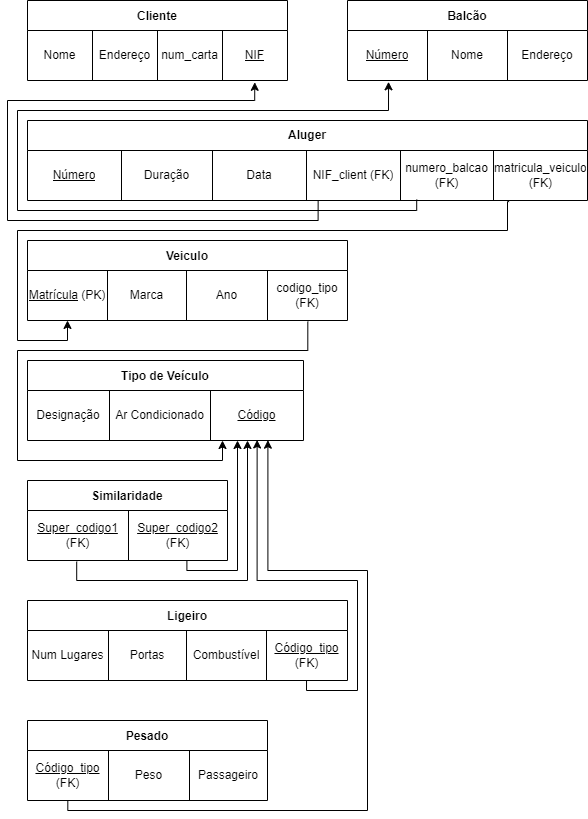
Before: P/P03/P03-3.1.drawio.png, a diagram exported from draw.io (RafaelCurado/BD-1). Source tidied: cells renumbered, new cells last; positions are measured from the earlier drawing's top-left corner, leaving out a move shared by most shapes. The source it was exported from:
```xml
<mxGraphModel>
  <root>
    <mxCell id="0" />
    <mxCell id="1" parent="0" />
    <mxCell id="2" value="Cliente" style="shape=table;startSize=30;fontStyle=1;align=center;" parent="1" vertex="1">
      <mxGeometry x="20" width="260" height="80" as="geometry" />
    </mxCell>
    <mxCell id="3" style="shape=tableRow;horizontal=0;startSize=0;swimlaneHead=0;swimlaneBody=0;top=0;left=0;bottom=0;right=0;fillColor=none;points=[[0,0.5],[1,0.5]];portConstraint=eastwest;" parent="2" vertex="1">
      <mxGeometry y="30" width="260" height="50" as="geometry" />
    </mxCell>
    <mxCell id="4" value="Nome" style="shape=partialRectangle;html=1;whiteSpace=wrap;fillColor=none;top=0;left=0;bottom=0;right=0;overflow=hidden;" parent="3" vertex="1">
      <mxGeometry width="65" height="50" as="geometry" />
    </mxCell>
    <mxCell id="5" value="Endereço" style="shape=partialRectangle;html=1;whiteSpace=wrap;fillColor=none;top=0;left=0;bottom=0;right=0;overflow=hidden;" parent="3" vertex="1">
      <mxGeometry x="65" width="65" height="50" as="geometry" />
    </mxCell>
    <mxCell id="6" value="num_carta" style="shape=partialRectangle;html=1;whiteSpace=wrap;fillColor=none;top=0;left=0;bottom=0;right=0;overflow=hidden;" parent="3" vertex="1">
      <mxGeometry x="130" width="65" height="50" as="geometry" />
    </mxCell>
    <mxCell id="7" value="&lt;u&gt;NIF&lt;/u&gt;" style="shape=partialRectangle;html=1;whiteSpace=wrap;fillColor=none;top=0;left=0;bottom=0;right=0;overflow=hidden;" parent="3" vertex="1">
      <mxGeometry x="195" width="65" height="50" as="geometry" />
    </mxCell>
    <mxCell id="8" value="Aluger" style="shape=table;startSize=30;fontStyle=1;align=center;whiteSpace=wrap;" parent="1" vertex="1">
      <mxGeometry x="20" y="120" width="560" height="80" as="geometry" />
    </mxCell>
    <mxCell id="9" style="shape=tableRow;horizontal=0;startSize=0;swimlaneHead=0;swimlaneBody=0;top=0;left=0;bottom=0;right=0;fillColor=none;points=[[0,0.5],[1,0.5]];portConstraint=eastwest;" parent="8" vertex="1">
      <mxGeometry y="30" width="560" height="50" as="geometry" />
    </mxCell>
    <mxCell id="10" value="&lt;u&gt;Número&lt;/u&gt;" style="shape=partialRectangle;html=1;whiteSpace=wrap;fillColor=none;top=0;left=0;bottom=0;right=0;overflow=hidden;" parent="9" vertex="1">
      <mxGeometry width="94" height="50" as="geometry" />
    </mxCell>
    <mxCell id="11" value="Duração" style="shape=partialRectangle;html=1;whiteSpace=wrap;fillColor=none;top=0;left=0;bottom=0;right=0;overflow=hidden;" parent="9" vertex="1">
      <mxGeometry x="94" width="91" height="50" as="geometry" />
    </mxCell>
    <mxCell id="12" value="Data" style="shape=partialRectangle;html=1;whiteSpace=wrap;fillColor=none;top=0;left=0;bottom=0;right=0;overflow=hidden;" parent="9" vertex="1">
      <mxGeometry x="185" width="94" height="50" as="geometry" />
    </mxCell>
    <mxCell id="13" value="NIF_client (FK)" style="shape=partialRectangle;html=1;whiteSpace=wrap;fillColor=none;top=0;left=0;bottom=0;right=0;overflow=hidden;" parent="9" vertex="1">
      <mxGeometry x="279" width="94" height="50" as="geometry" />
    </mxCell>
    <mxCell id="14" value="numero_balcao&lt;br&gt;(FK)" style="shape=partialRectangle;html=1;fillColor=none;top=0;left=0;bottom=0;right=0;overflow=hidden;whiteSpace=wrap;" parent="9" vertex="1">
      <mxGeometry x="373" width="93" height="50" as="geometry" />
    </mxCell>
    <mxCell id="15" value="matricula_veiculo&lt;br&gt;(FK)" style="shape=partialRectangle;html=1;whiteSpace=wrap;fillColor=none;top=0;left=0;bottom=0;right=0;overflow=hidden;" parent="9" vertex="1">
      <mxGeometry x="466" width="94" height="50" as="geometry" />
    </mxCell>
    <mxCell id="16" value="Balcão" style="shape=table;startSize=30;fontStyle=1;align=center;" parent="1" vertex="1">
      <mxGeometry x="340" width="240" height="80" as="geometry" />
    </mxCell>
    <mxCell id="17" style="shape=tableRow;horizontal=0;startSize=0;swimlaneHead=0;swimlaneBody=0;top=0;left=0;bottom=0;right=0;fillColor=none;points=[[0,0.5],[1,0.5]];portConstraint=eastwest;" parent="16" vertex="1">
      <mxGeometry y="30" width="240" height="50" as="geometry" />
    </mxCell>
    <mxCell id="18" value="&lt;u&gt;Número&lt;/u&gt;" style="shape=partialRectangle;html=1;whiteSpace=wrap;fillColor=none;top=0;left=0;bottom=0;right=0;overflow=hidden;" parent="17" vertex="1">
      <mxGeometry width="80" height="50" as="geometry" />
    </mxCell>
    <mxCell id="19" value="Nome" style="shape=partialRectangle;html=1;whiteSpace=wrap;fillColor=none;top=0;left=0;bottom=0;right=0;overflow=hidden;" parent="17" vertex="1">
      <mxGeometry x="80" width="80" height="50" as="geometry" />
    </mxCell>
    <mxCell id="20" value="Endereço" style="shape=partialRectangle;html=1;whiteSpace=wrap;fillColor=none;top=0;left=0;bottom=0;right=0;overflow=hidden;" parent="17" vertex="1">
      <mxGeometry x="160" width="80" height="50" as="geometry" />
    </mxCell>
    <mxCell id="21" value="Veiculo" style="shape=table;startSize=30;fontStyle=1;align=center;" parent="1" vertex="1">
      <mxGeometry x="20" y="240" width="320" height="80" as="geometry" />
    </mxCell>
    <mxCell id="22" style="shape=tableRow;horizontal=0;startSize=0;swimlaneHead=0;swimlaneBody=0;top=0;left=0;bottom=0;right=0;fillColor=none;points=[[0,0.5],[1,0.5]];portConstraint=eastwest;" parent="21" vertex="1">
      <mxGeometry y="30" width="320" height="50" as="geometry" />
    </mxCell>
    <mxCell id="23" value="&lt;u&gt;Matrícula&lt;/u&gt;&amp;nbsp;(PK)" style="shape=partialRectangle;html=1;whiteSpace=wrap;fillColor=none;top=0;left=0;bottom=0;right=0;overflow=hidden;" parent="22" vertex="1">
      <mxGeometry width="80" height="50" as="geometry" />
    </mxCell>
    <mxCell id="24" value="Marca" style="shape=partialRectangle;html=1;whiteSpace=wrap;fillColor=none;top=0;left=0;bottom=0;right=0;overflow=hidden;" parent="22" vertex="1">
      <mxGeometry x="80" width="79" height="50" as="geometry" />
    </mxCell>
    <mxCell id="25" value="Ano" style="shape=partialRectangle;html=1;whiteSpace=wrap;fillColor=none;top=0;left=0;bottom=0;right=0;overflow=hidden;" parent="22" vertex="1">
      <mxGeometry x="159" width="81" height="50" as="geometry" />
    </mxCell>
    <mxCell id="26" value="codigo_tipo (FK)" style="shape=partialRectangle;html=1;whiteSpace=wrap;fillColor=none;top=0;left=0;bottom=0;right=0;overflow=hidden;" parent="22" vertex="1">
      <mxGeometry x="240" width="80" height="50" as="geometry" />
    </mxCell>
    <mxCell id="27" value="Tipo de Veículo" style="shape=table;startSize=30;fontStyle=1;align=center;" parent="1" vertex="1">
      <mxGeometry x="20" y="360" width="276" height="80" as="geometry" />
    </mxCell>
    <mxCell id="28" style="shape=tableRow;horizontal=0;startSize=0;swimlaneHead=0;swimlaneBody=0;top=0;left=0;bottom=0;right=0;fillColor=none;points=[[0,0.5],[1,0.5]];portConstraint=eastwest;" parent="27" vertex="1">
      <mxGeometry y="30" width="276" height="50" as="geometry" />
    </mxCell>
    <mxCell id="29" value="Designação" style="shape=partialRectangle;html=1;whiteSpace=wrap;fillColor=none;top=0;left=0;bottom=0;right=0;overflow=hidden;" parent="28" vertex="1">
      <mxGeometry width="82" height="50" as="geometry" />
    </mxCell>
    <mxCell id="30" value="Ar Condicionado" style="shape=partialRectangle;html=1;whiteSpace=wrap;fillColor=none;top=0;left=0;bottom=0;right=0;overflow=hidden;" parent="28" vertex="1">
      <mxGeometry x="82" width="101" height="50" as="geometry" />
    </mxCell>
    <mxCell id="31" value="&lt;u&gt;Código&lt;/u&gt;" style="shape=partialRectangle;html=1;whiteSpace=wrap;fillColor=none;top=0;left=0;bottom=0;right=0;overflow=hidden;" parent="28" vertex="1">
      <mxGeometry x="183" width="93" height="50" as="geometry" />
    </mxCell>
    <mxCell id="32" value="Ligeiro" style="shape=table;startSize=30;fontStyle=1;align=center;" parent="1" vertex="1">
      <mxGeometry x="20" y="600" width="320" height="80" as="geometry" />
    </mxCell>
    <mxCell id="33" style="shape=tableRow;horizontal=0;startSize=0;swimlaneHead=0;swimlaneBody=0;top=0;left=0;bottom=0;right=0;fillColor=none;points=[[0,0.5],[1,0.5]];portConstraint=eastwest;" parent="32" vertex="1">
      <mxGeometry y="30" width="320" height="50" as="geometry" />
    </mxCell>
    <mxCell id="34" value="Num Lugares" style="shape=partialRectangle;html=1;whiteSpace=wrap;fillColor=none;top=0;left=0;bottom=0;right=0;overflow=hidden;" parent="33" vertex="1">
      <mxGeometry width="81" height="50" as="geometry" />
    </mxCell>
    <mxCell id="35" value="Portas" style="shape=partialRectangle;html=1;whiteSpace=wrap;fillColor=none;top=0;left=0;bottom=0;right=0;overflow=hidden;" parent="33" vertex="1">
      <mxGeometry x="81" width="78" height="50" as="geometry" />
    </mxCell>
    <mxCell id="36" value="Combustível" style="shape=partialRectangle;html=1;whiteSpace=wrap;fillColor=none;top=0;left=0;bottom=0;right=0;overflow=hidden;" parent="33" vertex="1">
      <mxGeometry x="159" width="80" height="50" as="geometry" />
    </mxCell>
    <mxCell id="37" value="&lt;u&gt;Código_tipo&lt;br&gt;&lt;/u&gt;(FK)" style="shape=partialRectangle;html=1;whiteSpace=wrap;fillColor=none;top=0;left=0;bottom=0;right=0;overflow=hidden;" parent="33" vertex="1">
      <mxGeometry x="239" width="81" height="50" as="geometry" />
    </mxCell>
    <mxCell id="38" value="Pesado" style="shape=table;startSize=30;fontStyle=1;align=center;" parent="1" vertex="1">
      <mxGeometry x="20" y="720" width="240" height="80" as="geometry" />
    </mxCell>
    <mxCell id="39" style="shape=tableRow;horizontal=0;startSize=0;swimlaneHead=0;swimlaneBody=0;top=0;left=0;bottom=0;right=0;fillColor=none;points=[[0,0.5],[1,0.5]];portConstraint=eastwest;" parent="38" vertex="1">
      <mxGeometry y="30" width="240" height="50" as="geometry" />
    </mxCell>
    <mxCell id="40" value="&lt;u&gt;Código_tipo&lt;/u&gt;&lt;br&gt;(FK)" style="shape=partialRectangle;html=1;whiteSpace=wrap;fillColor=none;top=0;left=0;bottom=0;right=0;overflow=hidden;" parent="39" vertex="1">
      <mxGeometry width="81" height="50" as="geometry" />
    </mxCell>
    <mxCell id="41" value="Peso" style="shape=partialRectangle;html=1;whiteSpace=wrap;fillColor=none;top=0;left=0;bottom=0;right=0;overflow=hidden;" parent="39" vertex="1">
      <mxGeometry x="81" width="81" height="50" as="geometry" />
    </mxCell>
    <mxCell id="42" value="Passageiro" style="shape=partialRectangle;html=1;whiteSpace=wrap;fillColor=none;top=0;left=0;bottom=0;right=0;overflow=hidden;" parent="39" vertex="1">
      <mxGeometry x="162" width="78" height="50" as="geometry" />
    </mxCell>
    <mxCell id="43" style="endArrow=classic;html=1;rounded=0;entryX=0.874;entryY=1.036;entryDx=0;entryDy=0;entryPerimeter=0;edgeStyle=orthogonalEdgeStyle;exitX=0.519;exitY=0.993;exitDx=0;exitDy=0;exitPerimeter=0;" parent="1" edge="1" source="9" target="3">
      <mxGeometry relative="1" as="geometry">
        <Array as="points">
          <mxPoint x="311" y="220" />
          <mxPoint y="220" />
          <mxPoint y="100" />
          <mxPoint x="247" y="100" />
        </Array>
      </mxGeometry>
    </mxCell>
    <mxCell id="44" style="endArrow=classic;html=1;rounded=0;edgeStyle=orthogonalEdgeStyle;exitX=0.86;exitY=1.022;exitDx=0;exitDy=0;exitPerimeter=0;entryX=0.125;entryY=0.999;entryDx=0;entryDy=0;entryPerimeter=0;" parent="1" edge="1" source="9" target="22">
      <mxGeometry relative="1" as="geometry">
        <Array as="points">
          <mxPoint x="500" y="201" />
          <mxPoint x="500" y="230" />
          <mxPoint x="10" y="230" />
          <mxPoint x="10" y="340" />
          <mxPoint x="60" y="340" />
        </Array>
      </mxGeometry>
    </mxCell>
    <mxCell id="45" style="endArrow=classic;html=1;rounded=0;entryX=0.171;entryY=1.026;entryDx=0;entryDy=0;entryPerimeter=0;edgeStyle=orthogonalEdgeStyle;exitX=0.695;exitY=0.981;exitDx=0;exitDy=0;exitPerimeter=0;" parent="1" edge="1" source="9" target="17">
      <mxGeometry relative="1" as="geometry">
        <Array as="points">
          <mxPoint x="409" y="210" />
          <mxPoint x="10" y="210" />
          <mxPoint x="10" y="110" />
          <mxPoint x="381" y="110" />
        </Array>
      </mxGeometry>
    </mxCell>
    <mxCell id="46" style="edgeStyle=orthogonalEdgeStyle;rounded=0;jettySize=auto;html=1;exitX=0.876;exitY=1.022;exitDx=0;exitDy=0;exitPerimeter=0;" parent="1" edge="1" source="22">
      <mxGeometry relative="1" as="geometry">
        <mxPoint x="215" y="440" as="targetPoint" />
        <Array as="points">
          <mxPoint x="300" y="350" />
          <mxPoint x="10" y="350" />
          <mxPoint x="10" y="460" />
          <mxPoint x="215" y="460" />
        </Array>
      </mxGeometry>
    </mxCell>
    <mxCell id="47" value="Similaridade" style="shape=table;startSize=30;fontStyle=1;align=center;" parent="1" vertex="1">
      <mxGeometry x="20" y="480" width="200" height="80" as="geometry" />
    </mxCell>
    <mxCell id="48" style="shape=tableRow;horizontal=0;startSize=0;swimlaneHead=0;swimlaneBody=0;top=0;left=0;bottom=0;right=0;fillColor=none;points=[[0,0.5],[1,0.5]];portConstraint=eastwest;" parent="47" vertex="1">
      <mxGeometry y="30" width="200" height="50" as="geometry" />
    </mxCell>
    <mxCell id="49" value="&lt;u&gt;Super_codigo1&lt;br&gt;&lt;/u&gt;(FK)" style="shape=partialRectangle;html=1;whiteSpace=wrap;fillColor=none;top=0;left=0;bottom=0;right=0;overflow=hidden;" parent="48" vertex="1">
      <mxGeometry width="101" height="50" as="geometry" />
    </mxCell>
    <mxCell id="50" value="&lt;u&gt;Super_codigo2&lt;/u&gt;&lt;br&gt;(FK)" style="shape=partialRectangle;html=1;whiteSpace=wrap;fillColor=none;top=0;left=0;bottom=0;right=0;overflow=hidden;" parent="48" vertex="1">
      <mxGeometry x="101" width="99" height="50" as="geometry" />
    </mxCell>
    <mxCell id="51" style="endArrow=classic;html=1;rounded=0;edgeStyle=orthogonalEdgeStyle;exitX=0.246;exitY=1.022;exitDx=0;exitDy=0;exitPerimeter=0;" parent="1" edge="1" source="48">
      <mxGeometry relative="1" as="geometry">
        <mxPoint x="240" y="440" as="targetPoint" />
        <Array as="points">
          <mxPoint x="69" y="580" />
          <mxPoint x="240" y="580" />
        </Array>
      </mxGeometry>
    </mxCell>
    <mxCell id="52" style="endArrow=classic;html=1;rounded=0;edgeStyle=orthogonalEdgeStyle;exitX=0.797;exitY=1.003;exitDx=0;exitDy=0;exitPerimeter=0;" parent="1" edge="1" source="48">
      <mxGeometry relative="1" as="geometry">
        <mxPoint x="230" y="440" as="targetPoint" />
        <Array as="points">
          <mxPoint x="179" y="570" />
          <mxPoint x="230" y="570" />
          <mxPoint x="230" y="440" />
        </Array>
      </mxGeometry>
    </mxCell>
    <mxCell id="53" style="endArrow=classic;html=1;rounded=0;exitX=0.872;exitY=0.999;exitDx=0;exitDy=0;exitPerimeter=0;edgeStyle=orthogonalEdgeStyle;entryX=0.832;entryY=0.989;entryDx=0;entryDy=0;entryPerimeter=0;" parent="1" edge="1" source="33" target="28">
      <mxGeometry relative="1" as="geometry">
        <Array as="points">
          <mxPoint x="299" y="690" />
          <mxPoint x="350" y="690" />
          <mxPoint x="350" y="580" />
          <mxPoint x="250" y="580" />
        </Array>
      </mxGeometry>
    </mxCell>
    <mxCell id="54" style="endArrow=classic;html=1;rounded=0;exitX=0.168;exitY=1.008;exitDx=0;exitDy=0;exitPerimeter=0;edgeStyle=orthogonalEdgeStyle;entryX=0.871;entryY=0.994;entryDx=0;entryDy=0;entryPerimeter=0;" parent="1" edge="1" source="39" target="28">
      <mxGeometry relative="1" as="geometry">
        <Array as="points">
          <mxPoint x="60" y="810" />
          <mxPoint x="360" y="810" />
          <mxPoint x="360" y="570" />
          <mxPoint x="260" y="570" />
        </Array>
      </mxGeometry>
    </mxCell>
  </root>
</mxGraphModel>
```
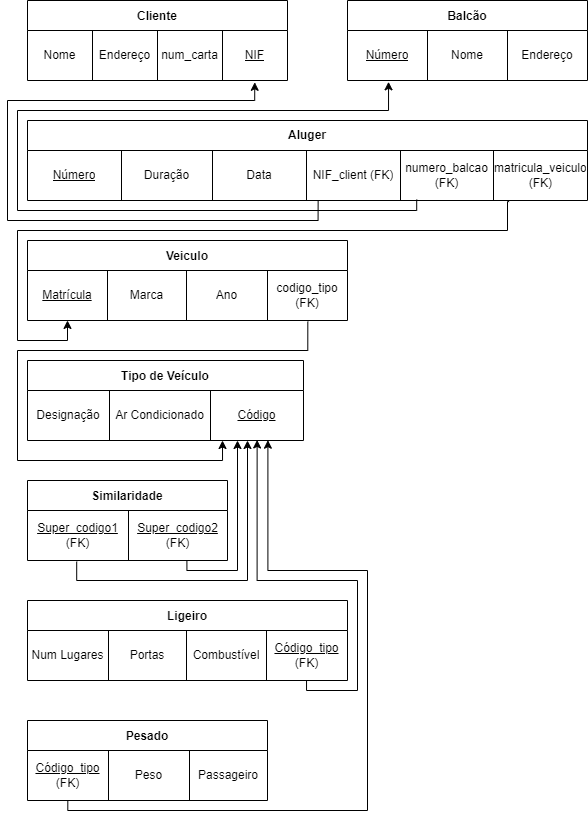
The same file after the commit.

Change to the diagram source:
```diff
@@ -65,7 +65,7 @@
     <mxCell id="22" style="shape=tableRow;horizontal=0;startSize=0;swimlaneHead=0;swimlaneBody=0;top=0;left=0;bottom=0;right=0;fillColor=none;points=[[0,0.5],[1,0.5]];portConstraint=eastwest;" parent="21" vertex="1">
       <mxGeometry y="30" width="320" height="50" as="geometry" />
     </mxCell>
-    <mxCell id="23" value="&lt;u&gt;Matrícula&lt;/u&gt;&amp;nbsp;(PK)" style="shape=partialRectangle;html=1;whiteSpace=wrap;fillColor=none;top=0;left=0;bottom=0;right=0;overflow=hidden;" parent="22" vertex="1">
+    <mxCell id="23" value="&lt;u&gt;Matrícula&lt;/u&gt;" style="shape=partialRectangle;html=1;whiteSpace=wrap;fillColor=none;top=0;left=0;bottom=0;right=0;overflow=hidden;" parent="22" vertex="1">
       <mxGeometry width="80" height="50" as="geometry" />
     </mxCell>
     <mxCell id="24" value="Marca" style="shape=partialRectangle;html=1;whiteSpace=wrap;fillColor=none;top=0;left=0;bottom=0;right=0;overflow=hidden;" parent="22" vertex="1">
```
